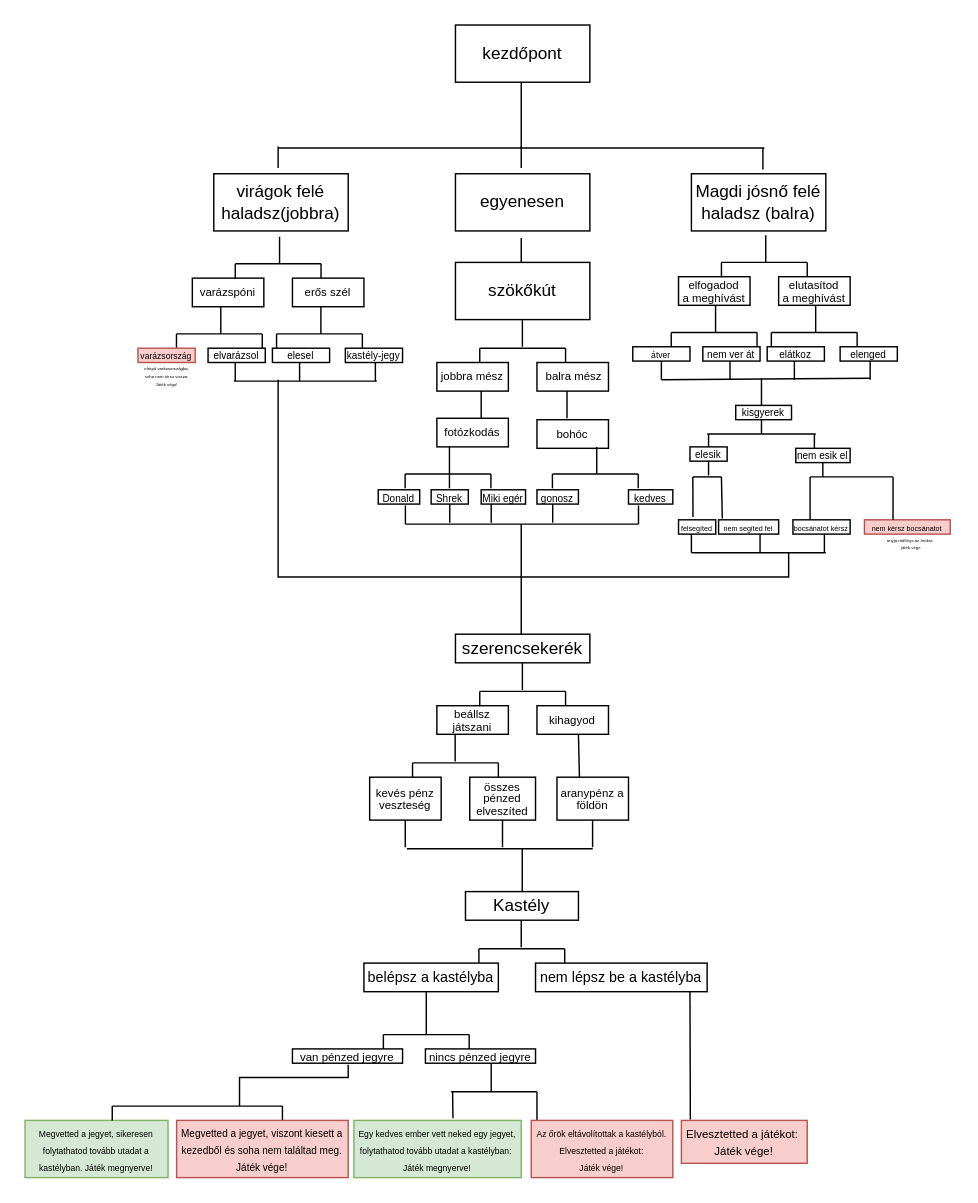
Earlier version of the draw.io diagram elagazasok.drawio (mezeirenata/disney). Source tidied: cells renumbered, new cells numbered last; positions are measured from the earlier drawing's top-left corner, leaving out a move shared by most shapes. Both pictures are drawn from the tidied source at 143%, with x=0, y=0 at pixel (24, 24).
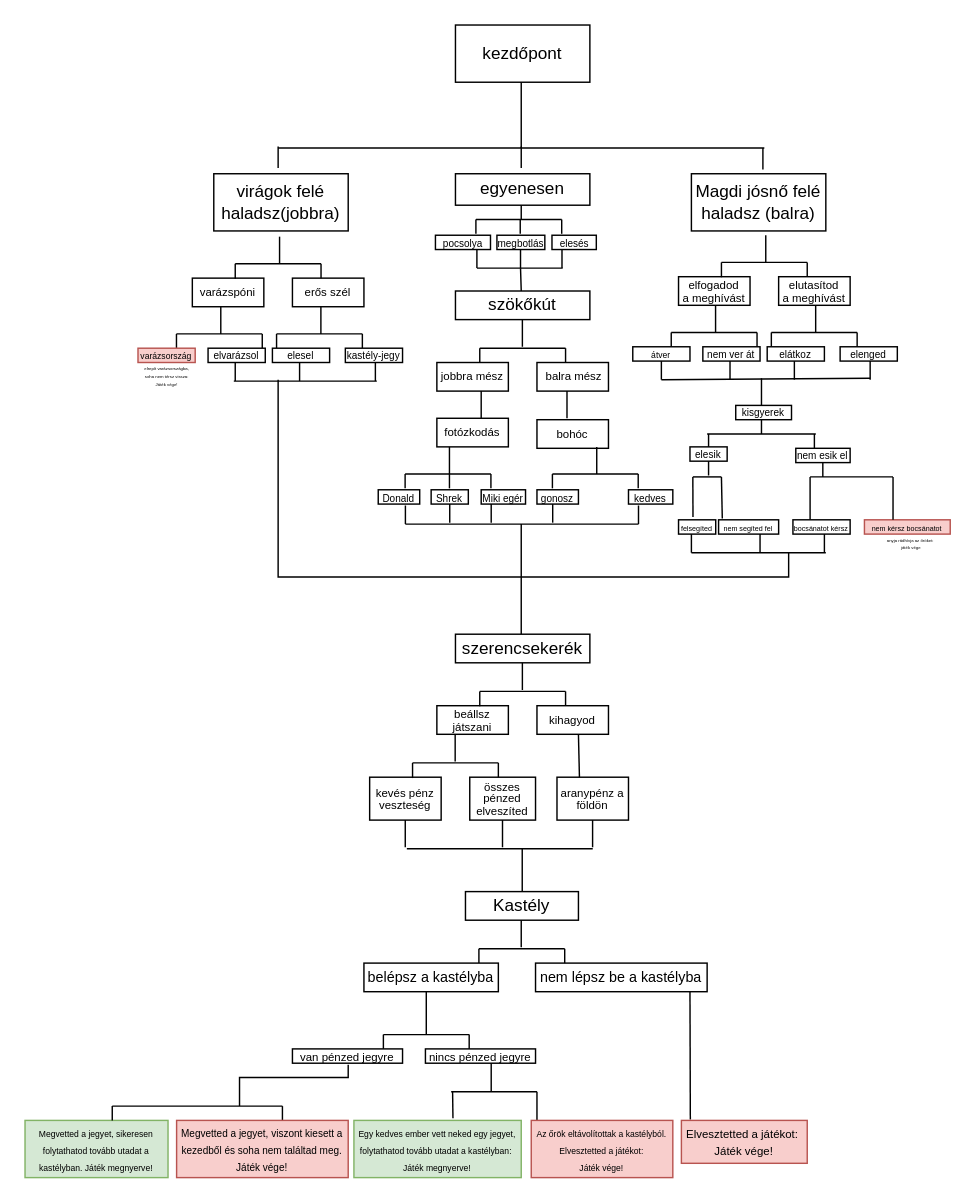
The same page after the edit.

Diff of the diagram source:
```diff
@@
     <mxCell id="5" value="egyenesen" style="rounded=0;whiteSpace=wrap;html=1;" parent="1" vertex="1">
-      <mxGeometry x="301" y="104" width="94" height="40" as="geometry" />
+      <mxGeometry x="301" y="104" width="94" height="22" as="geometry" />
     </mxCell>
@@
     <mxCell id="12" style="endArrow=none;html=1;rounded=0;" parent="1" edge="1">
       <mxGeometry relative="1" as="geometry">
-        <mxPoint x="347" y="168" as="sourcePoint" />
-        <mxPoint x="347" y="149" as="targetPoint" />
+        <mxPoint x="347" y="136" as="sourcePoint" />
+        <mxPoint x="347" y="126" as="targetPoint" />
       </mxGeometry>
     </mxCell>
     <mxCell id="13" value="szökőkút" style="rounded=0;whiteSpace=wrap;html=1;" parent="1" vertex="1">
-      <mxGeometry x="301" y="166" width="94" height="40" as="geometry" />
+      <mxGeometry x="301" y="186" width="94" height="20" as="geometry" />
     </mxCell>
@@
+    <mxCell id="166" style="endArrow=none;html=1;rounded=0;" parent="1" edge="1">
+      <mxGeometry relative="1" as="geometry">
+        <mxPoint x="315.3" y="136" as="sourcePoint" />
+        <mxPoint x="375.3" y="136" as="targetPoint" />
+      </mxGeometry>
+    </mxCell>
+    <mxCell id="167" style="endArrow=none;html=1;rounded=0;exitX=0.6;exitY=0.02;exitDx=0;exitDy=0;exitPerimeter=0;" parent="1" edge="1">
+      <mxGeometry relative="1" as="geometry">
+        <mxPoint x="315.3" y="146" as="sourcePoint" />
+        <mxPoint x="315.3" y="136" as="targetPoint" />
+      </mxGeometry>
+    </mxCell>
+    <mxCell id="168" style="endArrow=none;html=1;rounded=0;exitX=0.6;exitY=0.02;exitDx=0;exitDy=0;exitPerimeter=0;" parent="1" edge="1">
+      <mxGeometry relative="1" as="geometry">
+        <mxPoint x="375.3" y="146" as="sourcePoint" />
+        <mxPoint x="375.3" y="136" as="targetPoint" />
+      </mxGeometry>
+    </mxCell>
+    <mxCell id="169" style="endArrow=none;html=1;rounded=0;exitX=0.6;exitY=0.02;exitDx=0;exitDy=0;exitPerimeter=0;" parent="1" edge="1">
+      <mxGeometry relative="1" as="geometry">
+        <mxPoint x="346.3" y="146" as="sourcePoint" />
+        <mxPoint x="346.3" y="136" as="targetPoint" />
+      </mxGeometry>
+    </mxCell>
+    <mxCell id="170" value="&lt;span style=&quot;font-size: 7px;&quot;&gt;pocsolya&lt;/span&gt;" style="rounded=0;whiteSpace=wrap;html=1;" parent="1" vertex="1">
+      <mxGeometry x="287" y="147" width="38.5" height="10" as="geometry" />
+    </mxCell>
+    <mxCell id="171" value="&lt;font style=&quot;font-size: 7px;&quot;&gt;megbotlás&lt;/font&gt;" style="rounded=0;whiteSpace=wrap;html=1;" parent="1" vertex="1">
+      <mxGeometry x="330" y="147" width="33.5" height="10" as="geometry" />
+    </mxCell>
+    <mxCell id="172" value="&lt;span style=&quot;font-size: 7px;&quot;&gt;elesés&lt;/span&gt;" style="rounded=0;whiteSpace=wrap;html=1;" parent="1" vertex="1">
+      <mxGeometry x="368.5" y="147" width="31" height="10" as="geometry" />
+    </mxCell>
+    <mxCell id="173" style="endArrow=none;html=1;rounded=0;" parent="1" edge="1">
+      <mxGeometry relative="1" as="geometry">
+        <mxPoint x="346.5" y="170" as="sourcePoint" />
+        <mxPoint x="346.5" y="157" as="targetPoint" />
+      </mxGeometry>
+    </mxCell>
+    <mxCell id="174" style="endArrow=none;html=1;rounded=0;" parent="1" edge="1">
+      <mxGeometry relative="1" as="geometry">
+        <mxPoint x="375.5" y="170" as="sourcePoint" />
+        <mxPoint x="375.5" y="157" as="targetPoint" />
+      </mxGeometry>
+    </mxCell>
+    <mxCell id="175" style="endArrow=none;html=1;rounded=0;" parent="1" edge="1">
+      <mxGeometry relative="1" as="geometry">
+        <mxPoint x="316" y="170" as="sourcePoint" />
+        <mxPoint x="316" y="157" as="targetPoint" />
+      </mxGeometry>
+    </mxCell>
+    <mxCell id="176" style="endArrow=none;html=1;rounded=0;" parent="1" edge="1">
+      <mxGeometry relative="1" as="geometry">
+        <mxPoint x="316" y="170" as="sourcePoint" />
+        <mxPoint x="376" y="170" as="targetPoint" />
+      </mxGeometry>
+    </mxCell>
+    <mxCell id="177" style="endArrow=none;html=1;rounded=0;" parent="1" edge="1">
+      <mxGeometry relative="1" as="geometry">
+        <mxPoint x="347" y="186" as="sourcePoint" />
+        <mxPoint x="346.5" y="170" as="targetPoint" />
+      </mxGeometry>
+    </mxCell>
```
